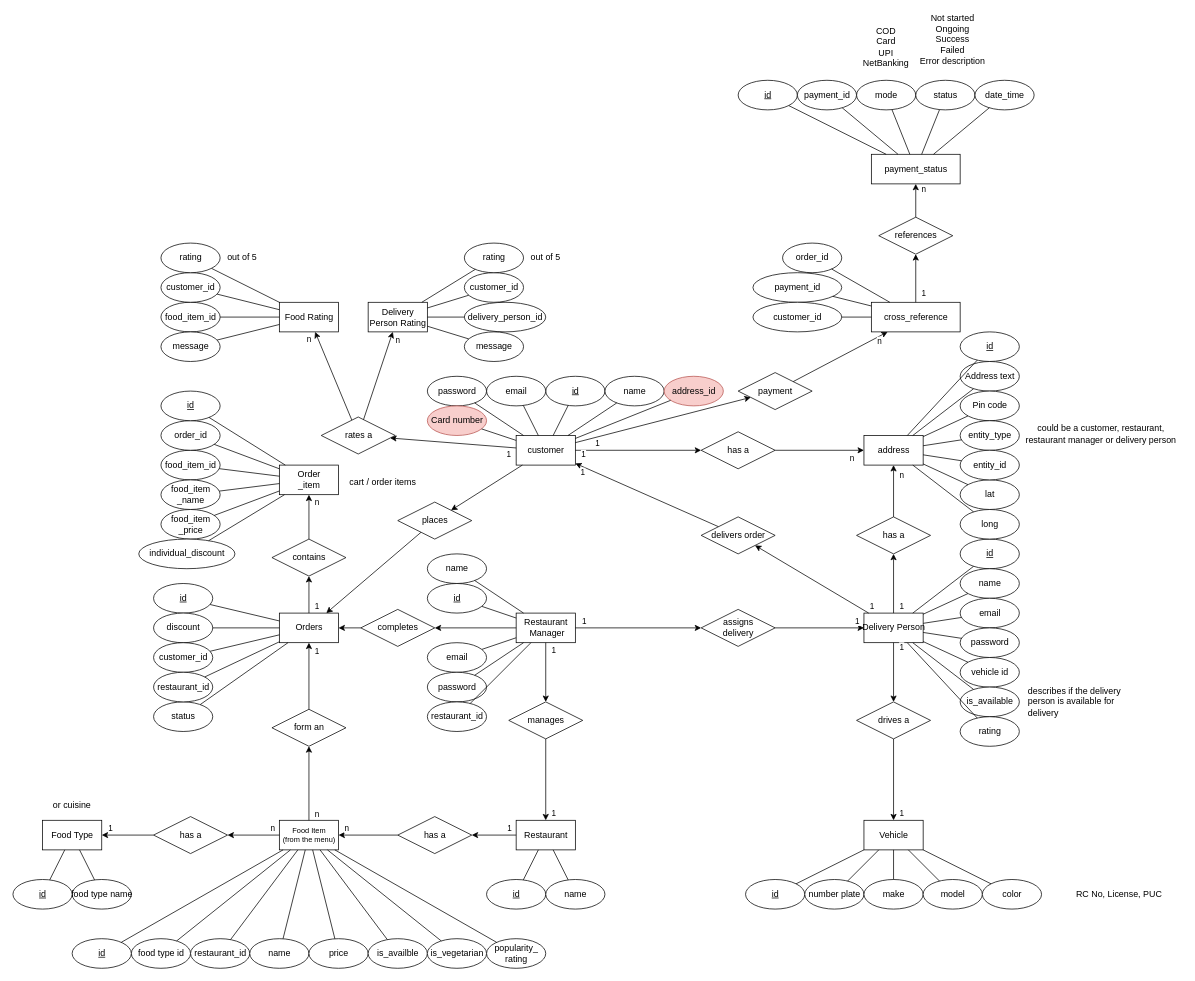
callofthewild/hunger-buzz keeps this draw.io diagram as diagrams/ER/ER diagram.drawio. Above is the earlier version. Source tidied: cells renumbered, new cells numbered last; positions are measured from the earlier drawing's top-left corner, leaving out a move shared by most shapes. Both pictures are drawn from the tidied source at 74%, with x=0, y=0 at pixel (13, 13).
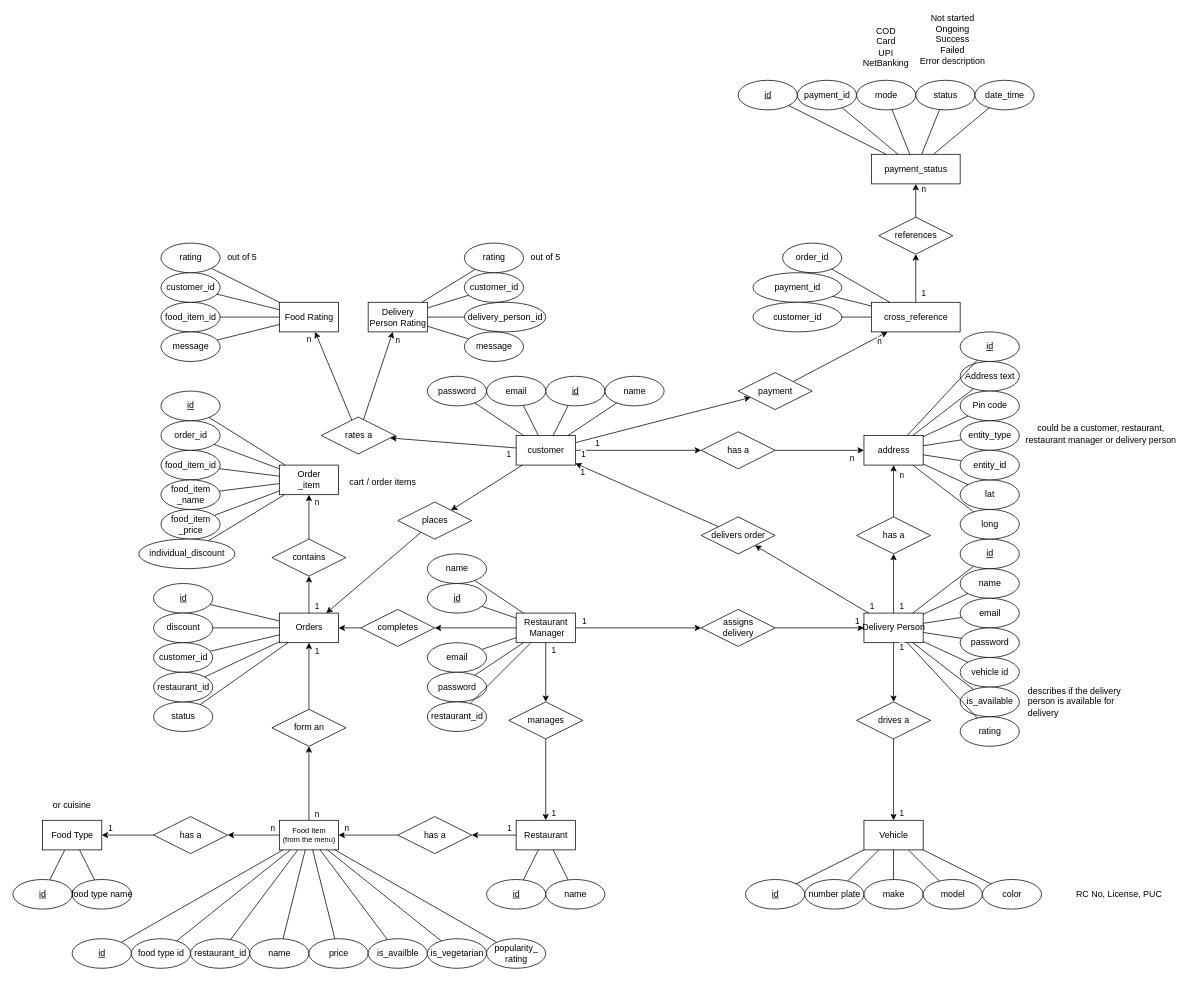
After the change.

Commit message:
ER : remove address_id and card number from customer

Unchanged cells that the change refers to:
```xml
<mxCell id="2" value="customer" style="rounded=0;html=1;" parent="1" vertex="1">
  <mxGeometry x="680" y="570" width="80" height="40" as="geometry" />
</mxCell>
```

What changed in the source:
```diff
@@
-    <mxCell id="20" value="Card number" style="ellipse;html=1;align=center;fillColor=#f8cecc;strokeColor=#b85450;" parent="1" vertex="1">
-      <mxGeometry x="560" y="530" width="80" height="40" as="geometry" />
-    </mxCell>
@@
-    <mxCell id="24" style="endArrow=none;html=1;rounded=0;" parent="1" edge="1" source="2" target="20">
-      <mxGeometry relative="1" as="geometry" />
-    </mxCell>
@@
-    <mxCell id="157" value="address_id" style="ellipse;html=1;fillColor=#f8cecc;strokeColor=#b85450;" parent="1" vertex="1">
-      <mxGeometry x="880" y="490" width="80" height="40" as="geometry" />
-    </mxCell>
-    <mxCell id="158" style="endArrow=none;html=1;rounded=0;" parent="1" edge="1" source="157" target="2">
-      <mxGeometry relative="1" as="geometry" />
-    </mxCell>
```
